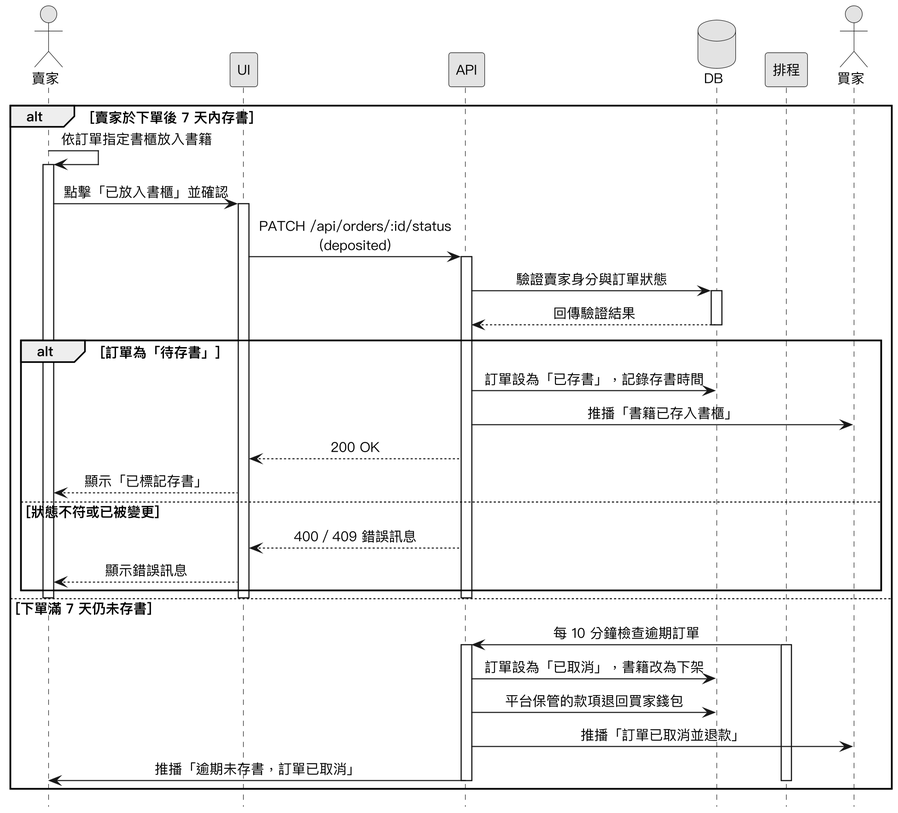
Earlier version of the PlantUML export Diagrams/Sequence Diagrams/v3/seq_deposit.png (SaveMyBook/SaveMyBook).
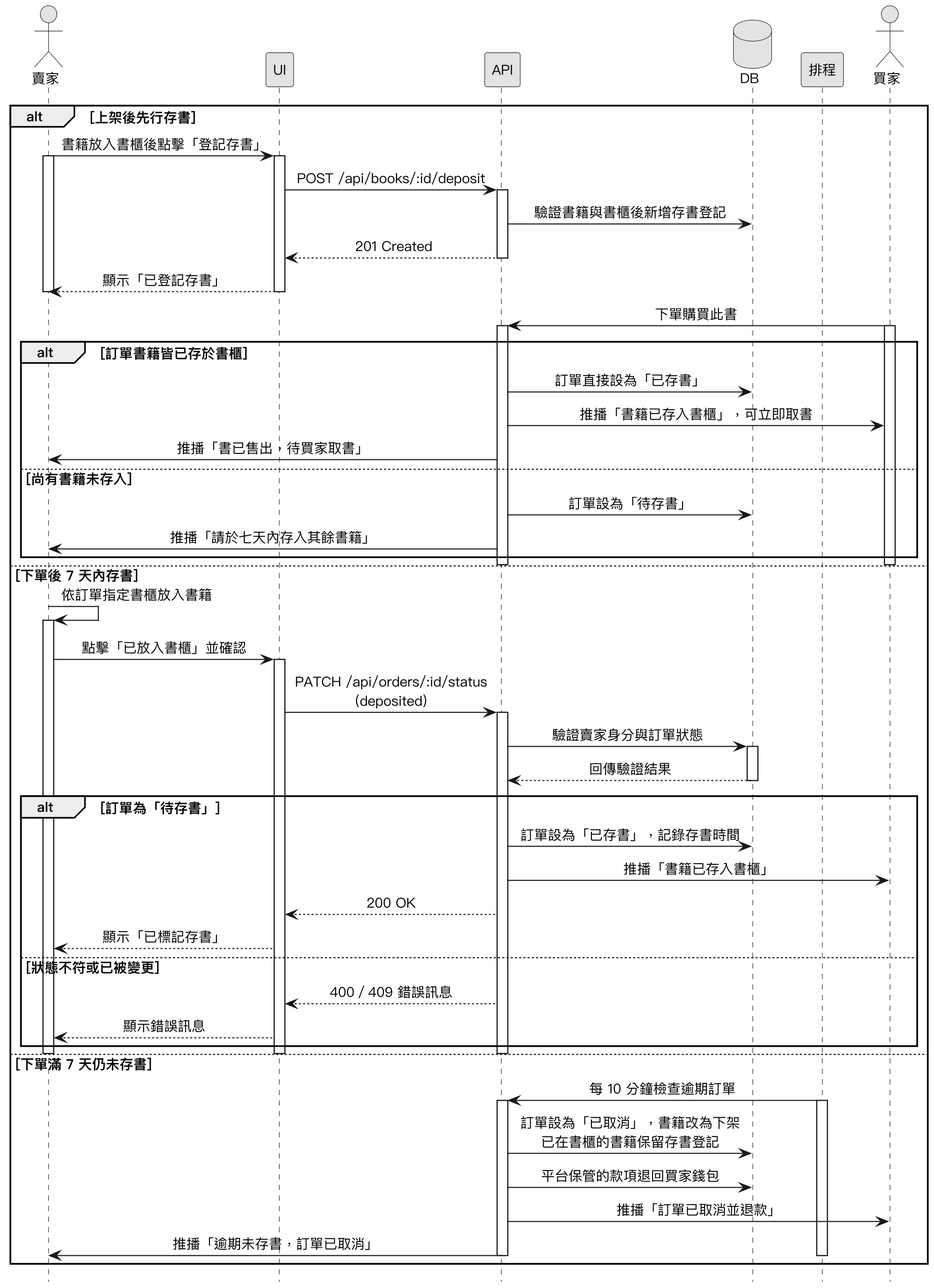
Above is the later version.

The edit, as a diff of the source:
```diff
@@ -15,7 +15,32 @@
 participant 排程
 actor 買家
 
-alt 賣家於下單後 7 天內存書
+alt 上架後先行存書
+  賣家 -> UI : 書籍放入書櫃後點擊「登記存書」
+  activate 賣家
+  activate UI
+  UI -> API : POST /api/books/:id/deposit
+  activate API
+  API -> DB : 驗證書籍與書櫃後新增存書登記
+  API --> UI : 201 Created
+  deactivate API
+  UI --> 賣家 : 顯示「已登記存書」
+  deactivate UI
+  deactivate 賣家
+  買家 -> API : 下單購買此書
+  activate 買家
+  activate API
+  alt 訂單書籍皆已存於書櫃
+    API -> DB : 訂單直接設為「已存書」
+    API -> 買家 : 推播「書籍已存入書櫃」，可立即取書
+    API -> 賣家 : 推播「書已售出，待買家取書」
+  else 尚有書籍未存入
+    API -> DB : 訂單設為「待存書」
+    API -> 賣家 : 推播「請於七天內存入其餘書籍」
+  end
+  deactivate API
+  deactivate 買家
+else 下單後 7 天內存書
   賣家 -> 賣家 : 依訂單指定書櫃放入書籍
   activate 賣家
   賣家 -> UI : 點擊「已放入書櫃」並確認
@@ -42,7 +67,7 @@
   排程 -> API : 每 10 分鐘檢查逾期訂單
   activate 排程
   activate API
-  API -> DB : 訂單設為「已取消」，書籍改為下架
+  API -> DB : 訂單設為「已取消」，書籍改為下架\n已在書櫃的書籍保留存書登記
   API -> DB : 平台保管的款項退回買家錢包
   API -> 買家 : 推播「訂單已取消並退款」
   API -> 賣家 : 推播「逾期未存書，訂單已取消」
```
